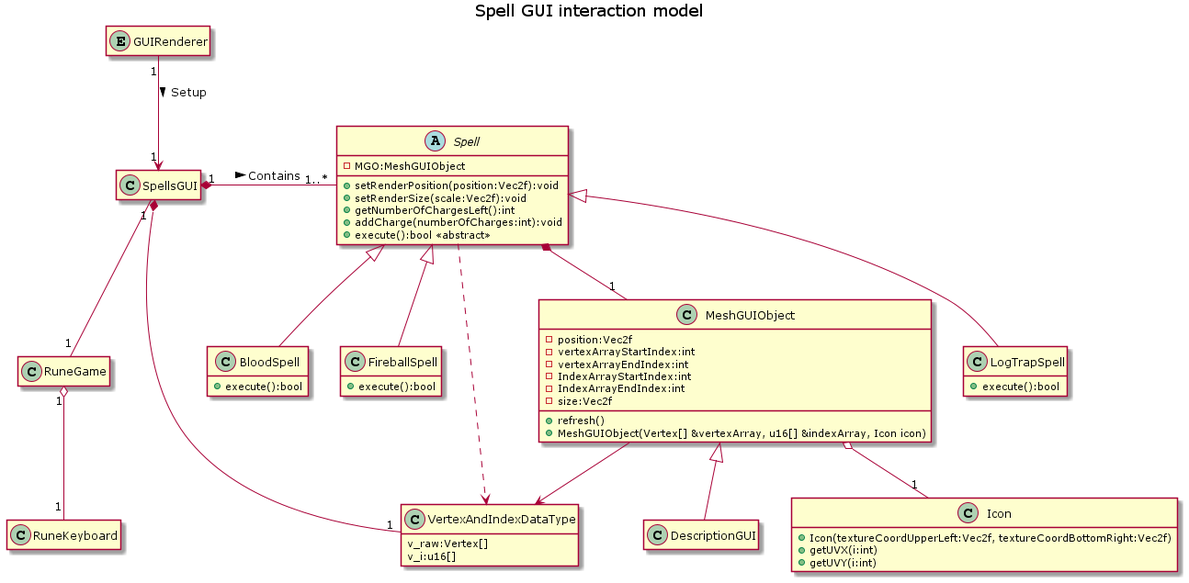
The PlantUML diagram docs/Conception.png in Kuift/The_Guiftmo_Project, before a commit.
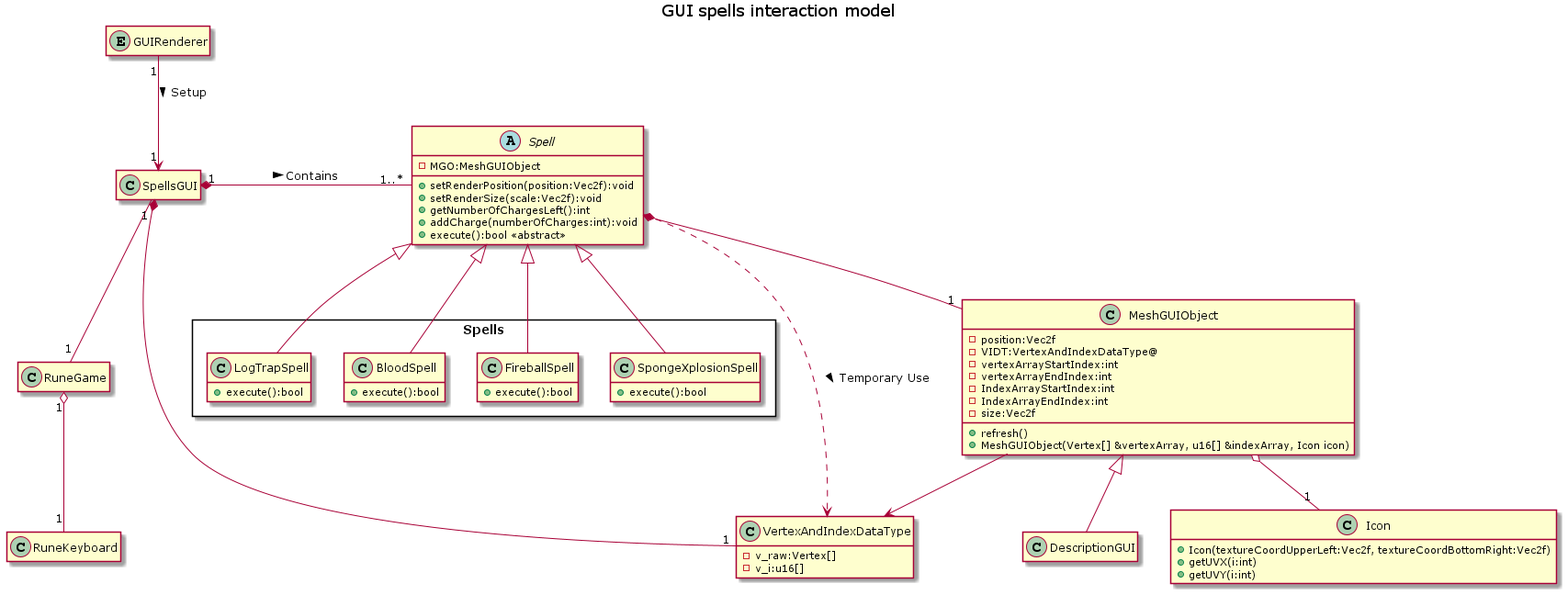
After the change.

Change to the diagram source:
```diff
@@ -1,7 +1,7 @@
 @startuml Conception
 
 skinparam defaultfontname Verdana
-title Spell GUI interaction model
+title GUI spells interaction model
 
 hide empty members
 abstract Spell
@@ -16,6 +16,7 @@
 class MeshGUIObject
 {
   - position:Vec2f
+  - VIDT:VertexAndIndexDataType@
   - vertexArrayStartIndex:int
   - vertexArrayEndIndex:int
   - IndexArrayStartIndex:int
@@ -28,28 +29,36 @@
 {
 
 }
-class LogTrapSpell extends Spell
-{
-  + execute():bool
-}
+
 class Icon
 {
   + Icon(textureCoordUpperLeft:Vec2f, textureCoordBottomRight:Vec2f)
   + getUVX(i:int)
   + getUVY(i:int)
 }
-class BloodSpell extends Spell
+package Spells <<Rectangle>>
 {
-  + execute():bool
-}
-class FireballSpell extends Spell
-{
-  + execute():bool
+  class LogTrapSpell extends Spell
+  {
+    + execute():bool
+  }
+  class BloodSpell extends Spell
+  {
+    + execute():bool
+  }
+  class FireballSpell extends Spell
+  {
+    + execute():bool
+  }
+  class SpongeXplosionSpell extends Spell
+  {
+    + execute():bool
+  }
 }
 class VertexAndIndexDataType
 {
-  v_raw:Vertex[]
-  v_i:u16[]
+  - v_raw:Vertex[]
+  - v_i:u16[]
 }
 class SpellsGUI
 Entity GUIRenderer
@@ -62,6 +71,6 @@
 Spell *-- "1" MeshGUIObject
 MeshGUIObject o-- "1" Icon
 SpellsGUI *-- "1" VertexAndIndexDataType
-Spell ..> VertexAndIndexDataType
+Spell ..> VertexAndIndexDataType : Temporary Use >
 MeshGUIObject --> VertexAndIndexDataType
 @enduml
```
